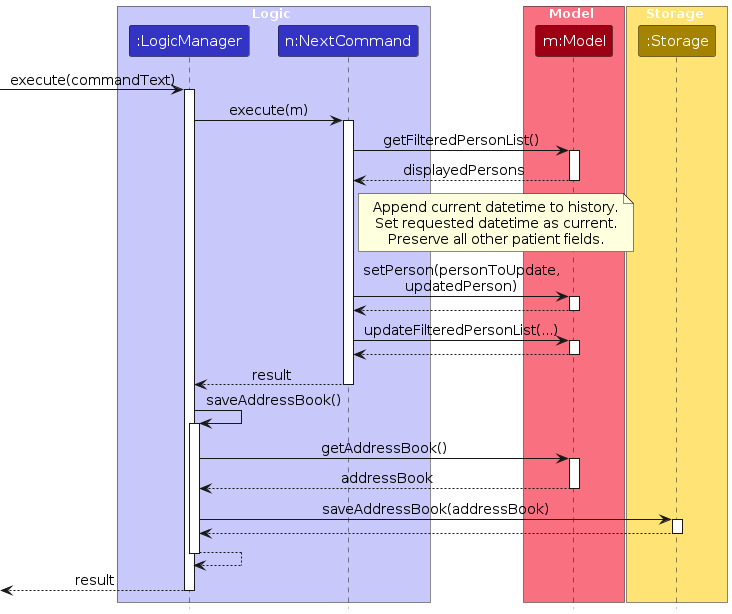
This is diagrams/NextSequenceDiagram.png from AY2627S1-CS2103T-T09-4/tp, a PlantUML export, as it was before one commit. Its source is kept beside it as diagrams/NextSequenceDiagram.puml.
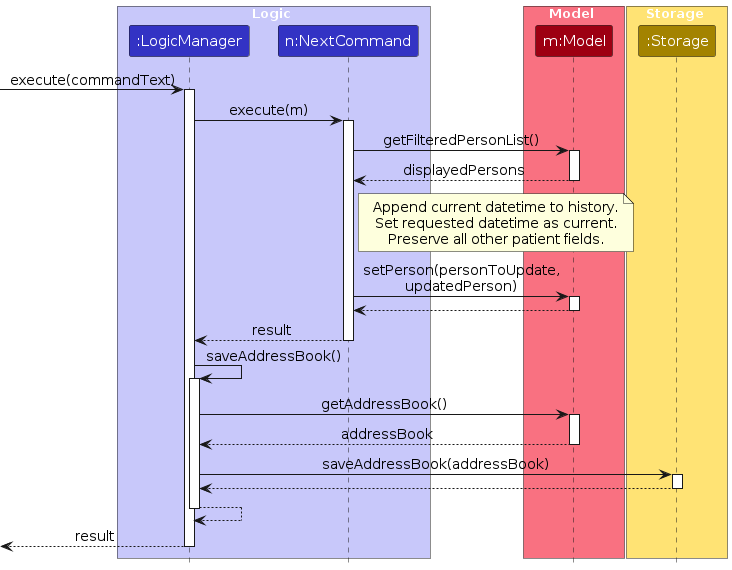
The same file after the commit.

What changed in the source:
```diff
@@ -50,11 +50,6 @@
 Model --> NextCommand
 deactivate Model
 
-NextCommand -> Model : updateFilteredPersonList(...)
-activate Model
-Model --> NextCommand
-deactivate Model
-
 NextCommand --> LogicManager : result
 deactivate NextCommand
 
```
